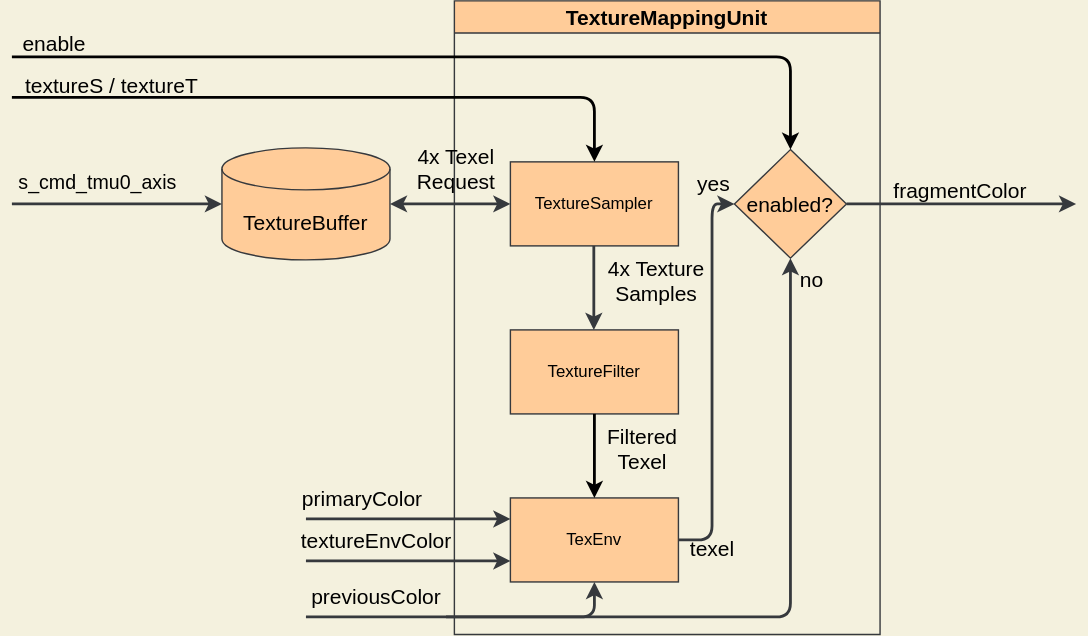
This is pictures/TextureMappingUnit.drawio.svg from ToNi3141/Rasterix, a draw.io export, as it was before one commit. Source tidied: cells renumbered, new cells last; positions are measured from the earlier drawing's top-left corner, leaving out a move shared by most shapes.
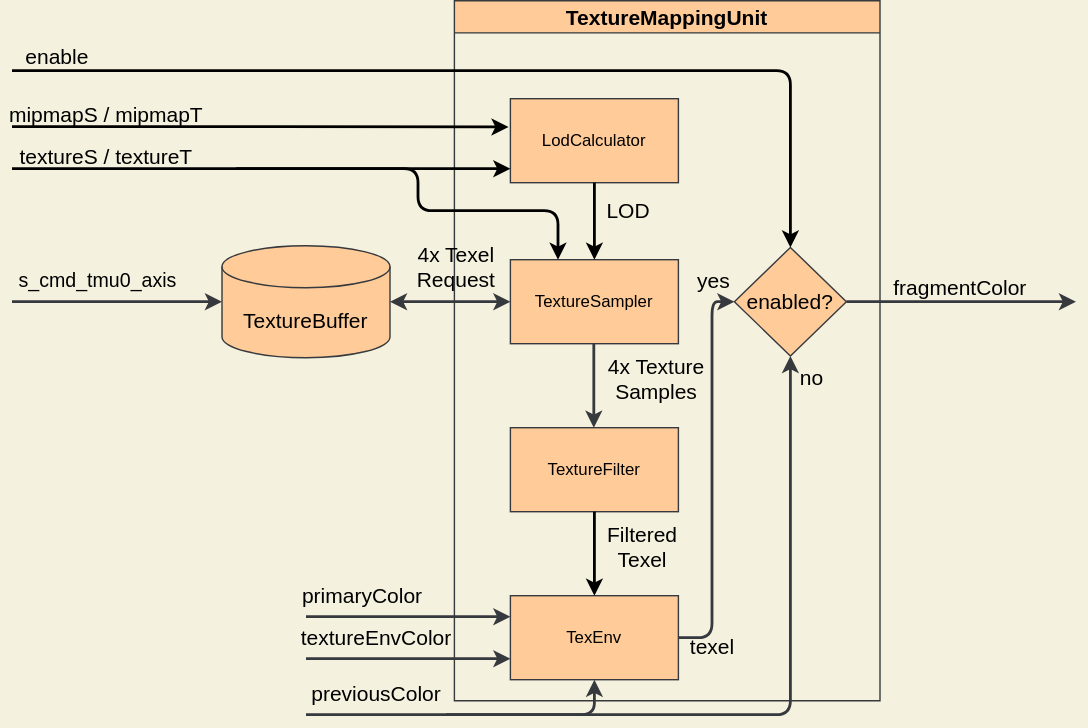
The same diagram one commit later.

Change to the diagram source:
```diff
@@ -3,25 +3,25 @@
     <mxCell id="0" />
     <mxCell id="1" parent="0" />
     <mxCell id="2" value="TextureMappingUnit" style="swimlane;labelBackgroundColor=none;fontSize=15;fillColor=#ffcc99;strokeColor=#36393d;fontColor=#000000;" parent="1" vertex="1">
-      <mxGeometry x="316" width="304" height="452.5" as="geometry" />
+      <mxGeometry x="316" y="-70" width="304" height="500" as="geometry" />
     </mxCell>
     <mxCell id="3" value="TextureSampler" style="rounded=0;whiteSpace=wrap;html=1;fillColor=#ffcc99;strokeColor=#36393d;fontColor=#000000;" parent="2" vertex="1">
-      <mxGeometry x="40" y="115" width="120" height="60" as="geometry" />
+      <mxGeometry x="40" y="185" width="120" height="60" as="geometry" />
     </mxCell>
     <mxCell id="4" value="TextureFilter" style="rounded=0;whiteSpace=wrap;html=1;fillColor=#ffcc99;strokeColor=#36393d;fontColor=#000000;" parent="2" vertex="1">
-      <mxGeometry x="40" y="235" width="120" height="60" as="geometry" />
+      <mxGeometry x="40" y="305" width="120" height="60" as="geometry" />
     </mxCell>
     <mxCell id="5" value="TexEnv" style="rounded=0;whiteSpace=wrap;html=1;fillColor=#ffcc99;strokeColor=#36393d;fontColor=#000000;" parent="2" vertex="1">
-      <mxGeometry x="40" y="355" width="120" height="60" as="geometry" />
+      <mxGeometry x="40" y="425" width="120" height="60" as="geometry" />
     </mxCell>
     <mxCell id="6" value="enabled?" style="rhombus;whiteSpace=wrap;html=1;labelBackgroundColor=none;fontSize=15;fillColor=#ffcc99;strokeColor=#36393d;fontColor=#000000;" parent="2" vertex="1">
-      <mxGeometry x="200" y="106.2" width="80" height="77.5" as="geometry" />
+      <mxGeometry x="200" y="176.2" width="80" height="77.5" as="geometry" />
     </mxCell>
     <mxCell id="7" style="endArrow=classic;html=1;fontSize=15;fontColor=#000000;strokeWidth=2;fillColor=#cce5ff;strokeColor=#36393d;labelBackgroundColor=none;entryX=0;entryY=0.5;entryDx=0;entryDy=0;exitX=1;exitY=0.5;exitDx=0;exitDy=0;edgeStyle=orthogonalEdgeStyle;" parent="2" edge="1" source="5" target="6">
       <mxGeometry y="10" relative="1" as="geometry">
         <Array as="points">
-          <mxPoint x="184" y="385" />
-          <mxPoint x="184" y="145" />
+          <mxPoint x="184" y="455" />
+          <mxPoint x="184" y="215" />
         </Array>
       </mxGeometry>
     </mxCell>
@@ -30,20 +30,6 @@
         <mxPoint x="2" y="187" as="offset" />
       </mxGeometry>
     </mxCell>
-    <mxCell id="9" style="edgeStyle=orthogonalEdgeStyle;html=1;labelBackgroundColor=none;fontSize=15;fontColor=#000000;startArrow=none;startFill=0;strokeColor=#000000;strokeWidth=2;entryX=0.5;entryY=0;entryDx=0;entryDy=0;" parent="2" edge="1" target="3">
-      <mxGeometry relative="1" as="geometry">
-        <mxPoint x="-316" y="69" as="sourcePoint" />
-        <Array as="points">
-          <mxPoint x="-256" y="69" />
-          <mxPoint x="100" y="69" />
-        </Array>
-      </mxGeometry>
-    </mxCell>
-    <mxCell id="10" value="textureS / textureT" style="edgeLabel;html=1;align=center;verticalAlign=middle;fontSize=15;fontColor=#000000;labelBackgroundColor=none;" parent="9" vertex="1">
-      <mxGeometry x="-0.93" y="-1" relative="1" as="geometry">
-        <mxPoint x="53" y="-10" as="offset" />
-      </mxGeometry>
-    </mxCell>
     <mxCell id="11" style="edgeStyle=orthogonalEdgeStyle;html=1;exitX=0.5;exitY=1;exitDx=0;exitDy=0;entryX=0.5;entryY=0;entryDx=0;entryDy=0;labelBackgroundColor=none;fontSize=15;fontColor=#000000;startArrow=none;startFill=0;strokeWidth=2;strokeColor=#000000;" parent="2" edge="1" source="4" target="5">
       <mxGeometry relative="1" as="geometry" />
     </mxCell>
@@ -54,8 +40,8 @@
     </mxCell>
     <mxCell id="13" style="endArrow=classic;html=1;fontSize=15;fontColor=#000000;strokeWidth=2;fillColor=#cce5ff;strokeColor=#36393d;labelBackgroundColor=none;exitX=0.5;exitY=1;exitDx=0;exitDy=0;entryX=0.5;entryY=0;entryDx=0;entryDy=0;" parent="2" edge="1">
       <mxGeometry y="10" relative="1" as="geometry">
-        <mxPoint x="99.6" y="175" as="sourcePoint" />
-        <mxPoint x="99.6" y="235" as="targetPoint" />
+        <mxPoint x="99.6" y="245" as="sourcePoint" />
+        <mxPoint x="99.6" y="305" as="targetPoint" />
       </mxGeometry>
     </mxCell>
     <mxCell id="14" value="4x Texture &lt;br&gt;Samples&amp;nbsp;" style="edgeLabel;html=1;align=center;verticalAlign=middle;fontSize=15;fontColor=#000000;labelBackgroundColor=none;" parent="13" vertex="1">
@@ -65,18 +51,34 @@
     </mxCell>
     <mxCell id="15" style="endArrow=classic;html=1;fontSize=15;fontColor=#000000;strokeWidth=2;fillColor=#cce5ff;strokeColor=#36393d;labelBackgroundColor=none;entryX=0.5;entryY=1;entryDx=0;entryDy=0;" parent="2" edge="1" target="6">
       <mxGeometry y="10" relative="1" as="geometry">
-        <mxPoint x="-6" y="440" as="sourcePoint" />
+        <mxPoint x="-6" y="510" as="sourcePoint" />
         <Array as="points">
-          <mxPoint x="240" y="440" />
+          <mxPoint x="240" y="510" />
         </Array>
       </mxGeometry>
     </mxCell>
     <mxCell id="16" value="yes" style="text;html=1;align=center;verticalAlign=middle;strokeColor=none;fillColor=none;fontSize=15;fontFamily=Helvetica;fontColor=#000000;" parent="2" vertex="1">
-      <mxGeometry x="160" y="115" width="50" height="30" as="geometry" />
+      <mxGeometry x="160" y="185" width="50" height="30" as="geometry" />
     </mxCell>
     <mxCell id="17" value="no" style="text;html=1;align=center;verticalAlign=middle;strokeColor=none;fillColor=none;fontSize=15;fontFamily=Helvetica;fontColor=#000000;" parent="2" vertex="1">
-      <mxGeometry x="235" y="183.8" width="40" height="30" as="geometry" />
+      <mxGeometry x="235" y="253.8" width="40" height="30" as="geometry" />
     </mxCell>
+    <mxCell id="33" value="LodCalculator" style="rounded=0;whiteSpace=wrap;html=1;fillColor=#ffcc99;strokeColor=#36393d;fontColor=#000000;" parent="2" vertex="1">
+      <mxGeometry x="40" y="70" width="120" height="60" as="geometry" />
+    </mxCell>
+    <mxCell id="34" style="edgeStyle=orthogonalEdgeStyle;html=1;labelBackgroundColor=none;fontSize=15;fontColor=#000000;startArrow=none;startFill=0;strokeColor=#000000;strokeWidth=2;exitX=0.5;exitY=1;exitDx=0;exitDy=0;entryX=0.5;entryY=0;entryDx=0;entryDy=0;" parent="2" edge="1" source="33" target="3">
+      <mxGeometry relative="1" as="geometry">
+        <Array as="points">
+          <mxPoint x="100" y="170" />
+          <mxPoint x="100" y="170" />
+        </Array>
+      </mxGeometry>
+    </mxCell>
+    <mxCell id="35" value="LOD" style="edgeLabel;html=1;align=center;verticalAlign=middle;labelBackgroundColor=none;fontColor=#000000;fontStyle=0;fontSize=15;" parent="34" vertex="1">
+      <mxGeometry x="-0.27" y="-2" relative="1" as="geometry">
+        <mxPoint x="26" as="offset" />
+      </mxGeometry>
+    </mxCell>
     <mxCell id="18" value="TextureBuffer" style="shape=cylinder3;whiteSpace=wrap;html=1;boundedLbl=1;backgroundOutline=1;size=15;labelBackgroundColor=none;fontSize=15;fillColor=#ffcc99;strokeColor=#36393d;fontColor=#000000;" parent="1" vertex="1">
       <mxGeometry x="150" y="105" width="120" height="80" as="geometry" />
     </mxCell>
@@ -104,10 +106,10 @@
     </mxCell>
     <mxCell id="23" style="edgeStyle=orthogonalEdgeStyle;html=1;labelBackgroundColor=none;fontSize=15;fontColor=#000000;startArrow=none;startFill=0;strokeColor=#000000;strokeWidth=2;entryX=0.5;entryY=0;entryDx=0;entryDy=0;" parent="1" edge="1" target="6">
       <mxGeometry relative="1" as="geometry">
-        <mxPoint y="40" as="sourcePoint" />
+        <mxPoint y="-20" as="sourcePoint" />
         <Array as="points">
-          <mxPoint x="250" y="40" />
-          <mxPoint x="556" y="40" />
+          <mxPoint y="-20" />
+          <mxPoint x="556" y="-20" />
         </Array>
       </mxGeometry>
     </mxCell>
@@ -160,5 +162,39 @@
         <mxPoint x="7" y="5" as="offset" />
       </mxGeometry>
     </mxCell>
+    <mxCell id="9" style="edgeStyle=orthogonalEdgeStyle;html=1;labelBackgroundColor=none;fontSize=15;fontColor=#000000;startArrow=none;startFill=0;strokeColor=#000000;strokeWidth=2;entryX=-0.011;entryY=0.336;entryDx=0;entryDy=0;entryPerimeter=0;" parent="1" edge="1" target="33">
+      <mxGeometry relative="1" as="geometry">
+        <mxPoint y="20" as="sourcePoint" />
+      </mxGeometry>
+    </mxCell>
+    <mxCell id="10" value="mipmapS / mipmapT" style="edgeLabel;html=1;align=center;verticalAlign=middle;fontSize=15;fontColor=#000000;labelBackgroundColor=none;" parent="9" vertex="1">
+      <mxGeometry x="-0.93" y="-1" relative="1" as="geometry">
+        <mxPoint x="53" y="-10" as="offset" />
+      </mxGeometry>
+    </mxCell>
+    <mxCell id="36" style="edgeStyle=orthogonalEdgeStyle;html=1;labelBackgroundColor=none;fontSize=15;fontColor=#000000;startArrow=none;startFill=0;strokeColor=#000000;strokeWidth=2;entryX=0;entryY=0.75;entryDx=0;entryDy=0;" parent="1" edge="1">
+      <mxGeometry relative="1" as="geometry">
+        <mxPoint y="50" as="sourcePoint" />
+        <mxPoint x="356" y="50" as="targetPoint" />
+        <Array as="points">
+          <mxPoint y="50" />
+        </Array>
+      </mxGeometry>
+    </mxCell>
+    <mxCell id="37" value="textureS / textureT" style="edgeLabel;html=1;align=center;verticalAlign=middle;fontSize=15;fontColor=#000000;labelBackgroundColor=none;" parent="36" vertex="1">
+      <mxGeometry x="-0.93" y="-1" relative="1" as="geometry">
+        <mxPoint x="53" y="-10" as="offset" />
+      </mxGeometry>
+    </mxCell>
+    <mxCell id="38" style="edgeStyle=orthogonalEdgeStyle;html=1;labelBackgroundColor=none;fontSize=15;fontColor=#000000;startArrow=none;startFill=0;strokeColor=#000000;strokeWidth=2;" parent="1" edge="1" target="3">
+      <mxGeometry relative="1" as="geometry">
+        <mxPoint x="160" y="50" as="sourcePoint" />
+        <Array as="points">
+          <mxPoint x="290" y="50" />
+          <mxPoint x="290" y="80" />
+          <mxPoint x="390" y="80" />
+        </Array>
+      </mxGeometry>
+    </mxCell>
   </root>
 </mxGraphModel>
```
